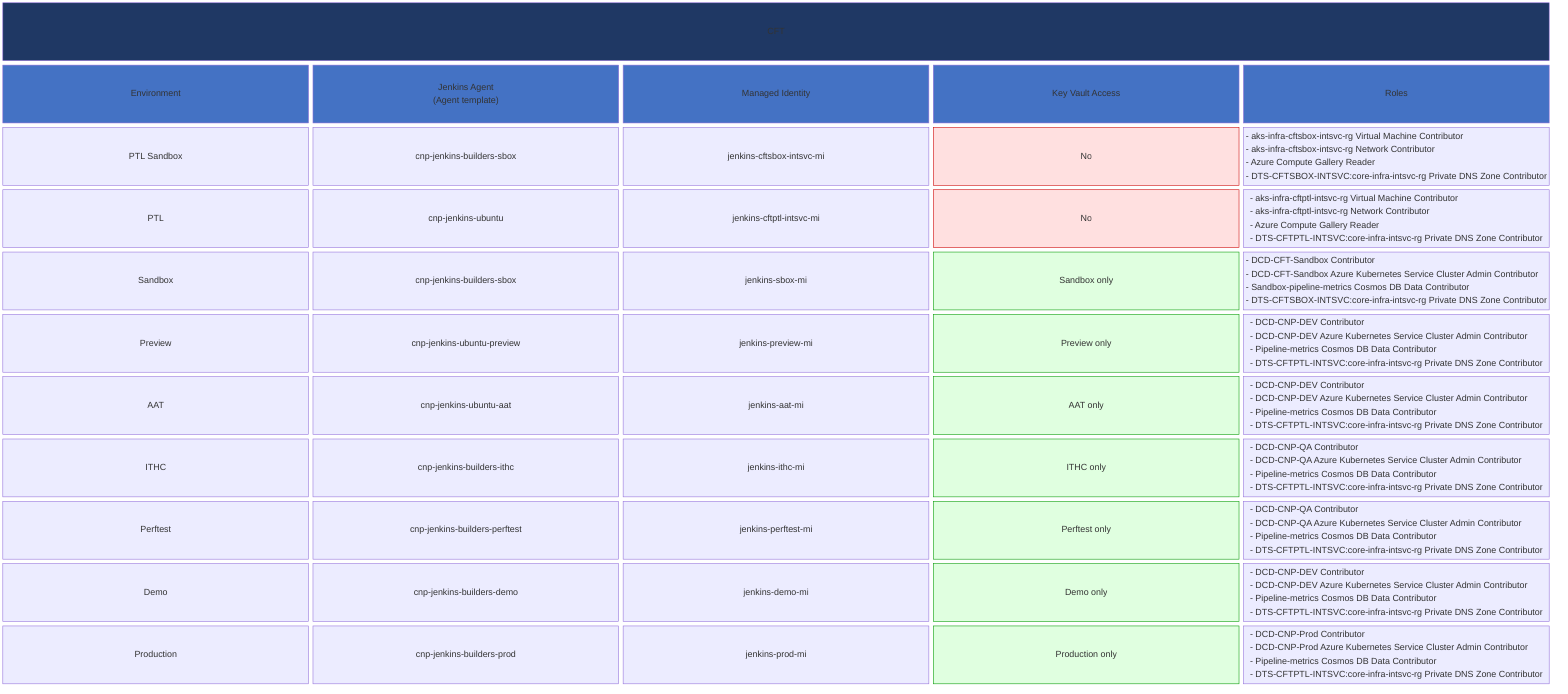
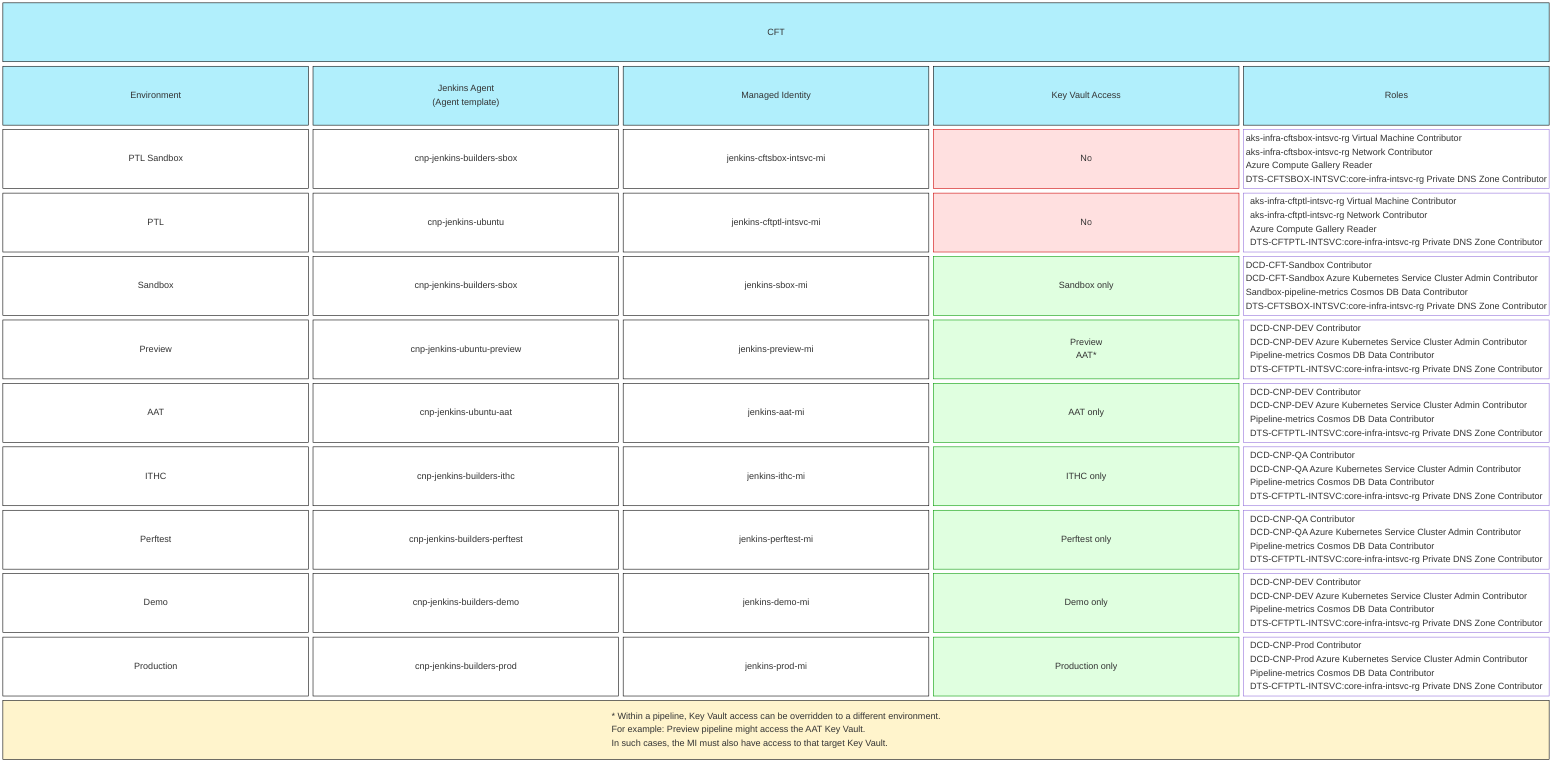
block-beta
  columns 5

  TITLE["CFT"]:5

  H1["Environment"] H2["Jenkins Agent\n(Agent template)"] H3["Managed Identity"] H4["Key Vault Access"] H5["Roles"]

-   R1E["PTL Sandbox"] R1A["cnp-jenkins-builders-sbox"] R1M["jenkins-cftsbox-intsvc-mi"] R1K["No"] R1R["- aks-infra-cftsbox-intsvc-rg Virtual Machine Contributor\n- aks-infra-cftsbox-intsvc-rg Network Contributor\n- Azure Compute Gallery Reader\n- DTS-CFTSBOX-INTSVC:core-infra-intsvc-rg Private DNS Zone Contributor"]
+   R1E["PTL Sandbox"] R1A["cnp-jenkins-builders-sbox"] R1M["jenkins-cftsbox-intsvc-mi"] R1K["No"] R1R["aks-infra-cftsbox-intsvc-rg Virtual Machine Contributor\naks-infra-cftsbox-intsvc-rg Network Contributor\nAzure Compute Gallery Reader\nDTS-CFTSBOX-INTSVC:core-infra-intsvc-rg Private DNS Zone Contributor"]

-   R2E["PTL"] R2A["cnp-jenkins-ubuntu"] R2M["jenkins-cftptl-intsvc-mi"] R2K["No"] R2R["- aks-infra-cftptl-intsvc-rg Virtual Machine Contributor\n- aks-infra-cftptl-intsvc-rg Network Contributor\n- Azure Compute Gallery Reader\n- DTS-CFTPTL-INTSVC:core-infra-intsvc-rg Private DNS Zone Contributor"]
+   R2E["PTL"] R2A["cnp-jenkins-ubuntu"] R2M["jenkins-cftptl-intsvc-mi"] R2K["No"] R2R["aks-infra-cftptl-intsvc-rg Virtual Machine Contributor\naks-infra-cftptl-intsvc-rg Network Contributor\nAzure Compute Gallery Reader\nDTS-CFTPTL-INTSVC:core-infra-intsvc-rg Private DNS Zone Contributor"]

-   R3E["Sandbox"] R3A["cnp-jenkins-builders-sbox"] R3M["jenkins-sbox-mi"] R3K["Sandbox only"] R3R["- DCD-CFT-Sandbox Contributor\n- DCD-CFT-Sandbox Azure Kubernetes Service Cluster Admin Contributor\n- Sandbox-pipeline-metrics Cosmos DB Data Contributor\n- DTS-CFTSBOX-INTSVC:core-infra-intsvc-rg Private DNS Zone Contributor"]
+   R3E["Sandbox"] R3A["cnp-jenkins-builders-sbox"] R3M["jenkins-sbox-mi"] R3K["Sandbox only"] R3R["DCD-CFT-Sandbox Contributor\nDCD-CFT-Sandbox Azure Kubernetes Service Cluster Admin Contributor\nSandbox-pipeline-metrics Cosmos DB Data Contributor\nDTS-CFTSBOX-INTSVC:core-infra-intsvc-rg Private DNS Zone Contributor"]

-   R4E["Preview"] R4A["cnp-jenkins-ubuntu-preview"] R4M["jenkins-preview-mi"] R4K["Preview only"] R4R["- DCD-CNP-DEV Contributor\n- DCD-CNP-DEV Azure Kubernetes Service Cluster Admin Contributor\n- Pipeline-metrics Cosmos DB Data Contributor\n- DTS-CFTPTL-INTSVC:core-infra-intsvc-rg Private DNS Zone Contributor"]
+   R4E["Preview"] R4A["cnp-jenkins-ubuntu-preview"] R4M["jenkins-preview-mi"] R4K["Preview\nAAT*"] R4R["DCD-CNP-DEV Contributor\nDCD-CNP-DEV Azure Kubernetes Service Cluster Admin Contributor\nPipeline-metrics Cosmos DB Data Contributor\nDTS-CFTPTL-INTSVC:core-infra-intsvc-rg Private DNS Zone Contributor"]

-   R5E["AAT"] R5A["cnp-jenkins-ubuntu-aat"] R5M["jenkins-aat-mi"] R5K["AAT only"] R5R["- DCD-CNP-DEV Contributor\n- DCD-CNP-DEV Azure Kubernetes Service Cluster Admin Contributor\n- Pipeline-metrics Cosmos DB Data Contributor\n- DTS-CFTPTL-INTSVC:core-infra-intsvc-rg Private DNS Zone Contributor"]
+   R5E["AAT"] R5A["cnp-jenkins-ubuntu-aat"] R5M["jenkins-aat-mi"] R5K["AAT only"] R5R["DCD-CNP-DEV Contributor\nDCD-CNP-DEV Azure Kubernetes Service Cluster Admin Contributor\nPipeline-metrics Cosmos DB Data Contributor\nDTS-CFTPTL-INTSVC:core-infra-intsvc-rg Private DNS Zone Contributor"]

-   R6E["ITHC"] R6A["cnp-jenkins-builders-ithc"] R6M["jenkins-ithc-mi"] R6K["ITHC only"] R6R["- DCD-CNP-QA Contributor\n- DCD-CNP-QA Azure Kubernetes Service Cluster Admin Contributor\n- Pipeline-metrics Cosmos DB Data Contributor\n- DTS-CFTPTL-INTSVC:core-infra-intsvc-rg Private DNS Zone Contributor"]
+   R6E["ITHC"] R6A["cnp-jenkins-builders-ithc"] R6M["jenkins-ithc-mi"] R6K["ITHC only"] R6R["DCD-CNP-QA Contributor\nDCD-CNP-QA Azure Kubernetes Service Cluster Admin Contributor\nPipeline-metrics Cosmos DB Data Contributor\nDTS-CFTPTL-INTSVC:core-infra-intsvc-rg Private DNS Zone Contributor"]

-   R7E["Perftest"] R7A["cnp-jenkins-builders-perftest"] R7M["jenkins-perftest-mi"] R7K["Perftest only"] R7R["- DCD-CNP-QA Contributor\n- DCD-CNP-QA Azure Kubernetes Service Cluster Admin Contributor\n- Pipeline-metrics Cosmos DB Data Contributor\n- DTS-CFTPTL-INTSVC:core-infra-intsvc-rg Private DNS Zone Contributor"]
+   R7E["Perftest"] R7A["cnp-jenkins-builders-perftest"] R7M["jenkins-perftest-mi"] R7K["Perftest only"] R7R["DCD-CNP-QA Contributor\nDCD-CNP-QA Azure Kubernetes Service Cluster Admin Contributor\nPipeline-metrics Cosmos DB Data Contributor\nDTS-CFTPTL-INTSVC:core-infra-intsvc-rg Private DNS Zone Contributor"]

-   R8E["Demo"] R8A["cnp-jenkins-builders-demo"] R8M["jenkins-demo-mi"] R8K["Demo only"] R8R["- DCD-CNP-DEV Contributor\n- DCD-CNP-DEV Azure Kubernetes Service Cluster Admin Contributor\n- Pipeline-metrics Cosmos DB Data Contributor\n- DTS-CFTPTL-INTSVC:core-infra-intsvc-rg Private DNS Zone Contributor"]
+   R8E["Demo"] R8A["cnp-jenkins-builders-demo"] R8M["jenkins-demo-mi"] R8K["Demo only"] R8R["DCD-CNP-DEV Contributor\nDCD-CNP-DEV Azure Kubernetes Service Cluster Admin Contributor\nPipeline-metrics Cosmos DB Data Contributor\nDTS-CFTPTL-INTSVC:core-infra-intsvc-rg Private DNS Zone Contributor"]

-   R9E["Production"] R9A["cnp-jenkins-builders-prod"] R9M["jenkins-prod-mi"] R9K["Production only"] R9R["- DCD-CNP-Prod Contributor\n- DCD-CNP-Prod Azure Kubernetes Service Cluster Admin Contributor\n- Pipeline-metrics Cosmos DB Data Contributor\n- DTS-CFTPTL-INTSVC:core-infra-intsvc-rg Private DNS Zone Contributor"]
+   R9E["Production"] R9A["cnp-jenkins-builders-prod"] R9M["jenkins-prod-mi"] R9K["Production only"] R9R["DCD-CNP-Prod Contributor\nDCD-CNP-Prod Azure Kubernetes Service Cluster Admin Contributor\nPipeline-metrics Cosmos DB Data Contributor\nDTS-CFTPTL-INTSVC:core-infra-intsvc-rg Private DNS Zone Contributor"]

-   style TITLE fill:#1F3864,color:#fff
-   style H1 fill:#4472C4,color:#fff
-   style H2 fill:#4472C4,color:#fff
-   style H3 fill:#4472C4,color:#fff
-   style H4 fill:#4472C4,color:#fff
-   style H5 fill:#4472C4,color:#fff
+   R10["* Within a pipeline, Key Vault access can be overridden to a different environment.\nFor example: Preview pipeline might access the AAT Key Vault.\nIn such cases, the MI must also have access to that target Key Vault."]:5
+ 
+   style TITLE fill:#b1effc,stroke:#000000,color:#000000
+   style H1 fill:#b1effc,stroke:#000000,color:#000000
+   style H2 fill:#b1effc,stroke:#000000,color:#000000
+   style H3 fill:#b1effc,stroke:#000000,color:#000000
+   style H4 fill:#b1effc,stroke:#000000,color:#000000
+   style H5 fill:#b1effc,stroke:#000000,color:#000000

  style R1K fill:#FFE0E0,stroke:#CC0000,color:#000000
  style R2K fill:#FFE0E0,stroke:#CC0000,color:#000000

  style R3K fill:#E0FFE0,stroke:#009900,color:#000000
  style R4K fill:#E0FFE0,stroke:#009900,color:#000000
  style R5K fill:#E0FFE0,stroke:#009900,color:#000000
  style R6K fill:#E0FFE0,stroke:#009900,color:#000000
  style R7K fill:#E0FFE0,stroke:#009900,color:#000000
  style R8K fill:#E0FFE0,stroke:#009900,color:#000000
  style R9K fill:#E0FFE0,stroke:#009900,color:#000000

-   style R1R text-align:left
-   style R2R text-align:left
-   style R3R text-align:left
-   style R4R text-align:left
-   style R5R text-align:left
-   style R6R text-align:left
-   style R7R text-align:left
-   style R8R text-align:left
-   style R9R text-align:left+   style R1E fill:#fff,stroke:#000000,color:#000000
+   style R2E fill:#fff,stroke:#000000,color:#000000
+   style R3E fill:#fff,stroke:#000000,color:#000000
+   style R4E fill:#fff,stroke:#000000,color:#000000
+   style R5E fill:#fff,stroke:#000000,color:#000000
+   style R6E fill:#fff,stroke:#000000,color:#000000
+   style R7E fill:#fff,stroke:#000000,color:#000000
+   style R8E fill:#fff,stroke:#000000,color:#000000
+   style R9E fill:#fff,stroke:#000000,color:#000000
+ 
+   style R1A fill:#fff,stroke:#000000,color:#000000
+   style R2A fill:#fff,stroke:#000000,color:#000000
+   style R3A fill:#fff,stroke:#000000,color:#000000
+   style R4A fill:#fff,stroke:#000000,color:#000000
+   style R5A fill:#fff,stroke:#000000,color:#000000
+   style R6A fill:#fff,stroke:#000000,color:#000000
+   style R7A fill:#fff,stroke:#000000,color:#000000
+   style R8A fill:#fff,stroke:#000000,color:#000000
+   style R9A fill:#fff,stroke:#000000,color:#000000
+ 
+   style R1M fill:#fff,stroke:#000000,color:#000000
+   style R2M fill:#fff,stroke:#000000,color:#000000
+   style R3M fill:#fff,stroke:#000000,color:#000000
+   style R4M fill:#fff,stroke:#000000,color:#000000
+   style R5M fill:#fff,stroke:#000000,color:#000000
+   style R6M fill:#fff,stroke:#000000,color:#000000
+   style R7M fill:#fff,stroke:#000000,color:#000000
+   style R8M fill:#fff,stroke:#000000,color:#000000
+   style R9M fill:#fff,stroke:#000000,color:#000000
+ 
+   style R1R fill:#fff,color:#000000,text-align:left
+   style R2R fill:#fff,color:#000000,text-align:left
+   style R3R fill:#fff,color:#000000,text-align:left
+   style R4R fill:#fff,color:#000000,text-align:left
+   style R5R fill:#fff,color:#000000,text-align:left
+   style R6R fill:#fff,color:#000000,text-align:left
+   style R7R fill:#fff,color:#000000,text-align:left
+   style R8R fill:#fff,color:#000000,text-align:left
+   style R9R fill:#fff,color:#000000,text-align:left
+ 
+   style R10 fill:#FFF4CC,stroke:#000000,color:#000000,text-align:left